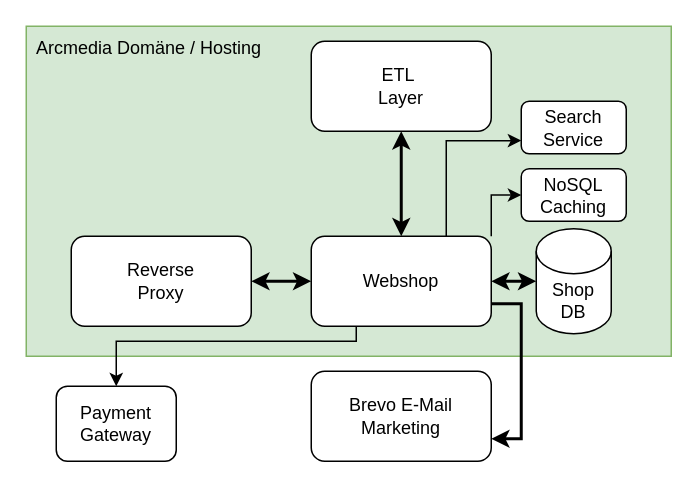
leedave/drawio_diagrams keeps this draw.io diagram as bldz_system.drawio. Above is the earlier version. Source tidied: cells renumbered, new cells numbered last; positions are measured from the earlier drawing's top-left corner, leaving out a move shared by most shapes. Both pictures are drawn from the tidied source at 150%, with x=0, y=0 at pixel (26, 26).
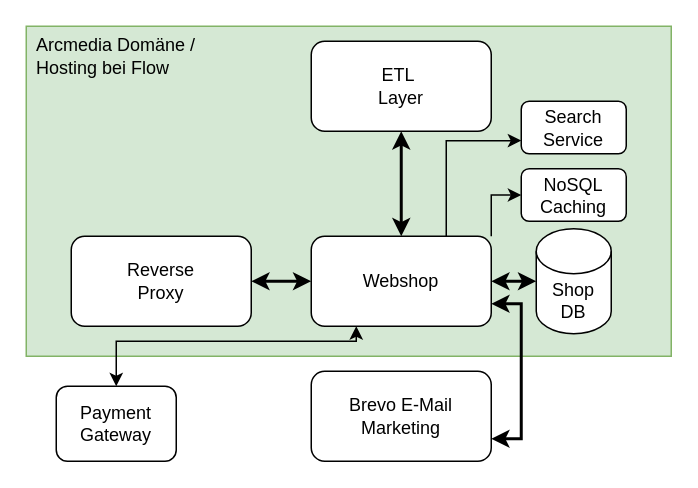
The same diagram, later.

Unchanged cells that the change refers to:
```xml
<mxCell id="7" value="Webshop" style="rounded=1;whiteSpace=wrap;html=1;" parent="1" vertex="1">
  <mxGeometry x="190" y="140" width="120" height="60" as="geometry" />
</mxCell>
<mxCell id="14" value="Brevo E-Mail Marketing" style="rounded=1;whiteSpace=wrap;html=1;" parent="1" vertex="1">
  <mxGeometry x="190" y="230" width="120" height="60" as="geometry" />
</mxCell>
<mxCell id="18" value="Payment Gateway" style="rounded=1;whiteSpace=wrap;html=1;" parent="1" vertex="1">
  <mxGeometry x="20" y="240" width="80" height="50" as="geometry" />
</mxCell>
```

Change to the diagram source:
```diff
@@
-    <mxCell id="4" style="edgeStyle=orthogonalEdgeStyle;rounded=0;jettySize=auto;html=1;exitX=1;exitY=0.75;exitDx=0;exitDy=0;entryX=1;entryY=0.75;entryDx=0;entryDy=0;strokeWidth=2;" parent="1" edge="1" source="7" target="14">
+    <mxCell id="4" style="edgeStyle=orthogonalEdgeStyle;rounded=0;jettySize=auto;html=1;exitX=1;exitY=0.75;exitDx=0;exitDy=0;entryX=1;entryY=0.75;entryDx=0;entryDy=0;strokeWidth=2;startArrow=classic;startFill=1;" parent="1" edge="1" source="7" target="14">
       <mxGeometry relative="1" as="geometry" />
     </mxCell>
@@
-    <mxCell id="6" style="edgeStyle=orthogonalEdgeStyle;rounded=0;jettySize=auto;html=1;exitX=0.25;exitY=1;exitDx=0;exitDy=0;entryX=0.5;entryY=0;entryDx=0;entryDy=0;" parent="1" edge="1" source="7" target="18">
+    <mxCell id="6" style="edgeStyle=orthogonalEdgeStyle;rounded=0;jettySize=auto;html=1;exitX=0.25;exitY=1;exitDx=0;exitDy=0;entryX=0.5;entryY=0;entryDx=0;entryDy=0;startArrow=classic;startFill=1;" parent="1" edge="1" source="7" target="18">
       <mxGeometry relative="1" as="geometry">
         <Array as="points">
           <mxPoint x="220" y="210" />
           <mxPoint x="60" y="210" />
         </Array>
       </mxGeometry>
     </mxCell>
@@
-    <mxCell id="13" value="Arcmedia Domäne / Hosting" style="text;html=1;align=left;verticalAlign=middle;whiteSpace=wrap;rounded=0;" parent="1" vertex="1">
-      <mxGeometry x="5" width="190" height="30" as="geometry" />
+    <mxCell id="13" value="Arcmedia Domäne /&amp;nbsp;&lt;div&gt;Hosting bei Flow&lt;/div&gt;" style="text;html=1;align=left;verticalAlign=middle;whiteSpace=wrap;rounded=0;" parent="1" vertex="1">
+      <mxGeometry x="5" width="190" height="40" as="geometry" />
     </mxCell>
```
